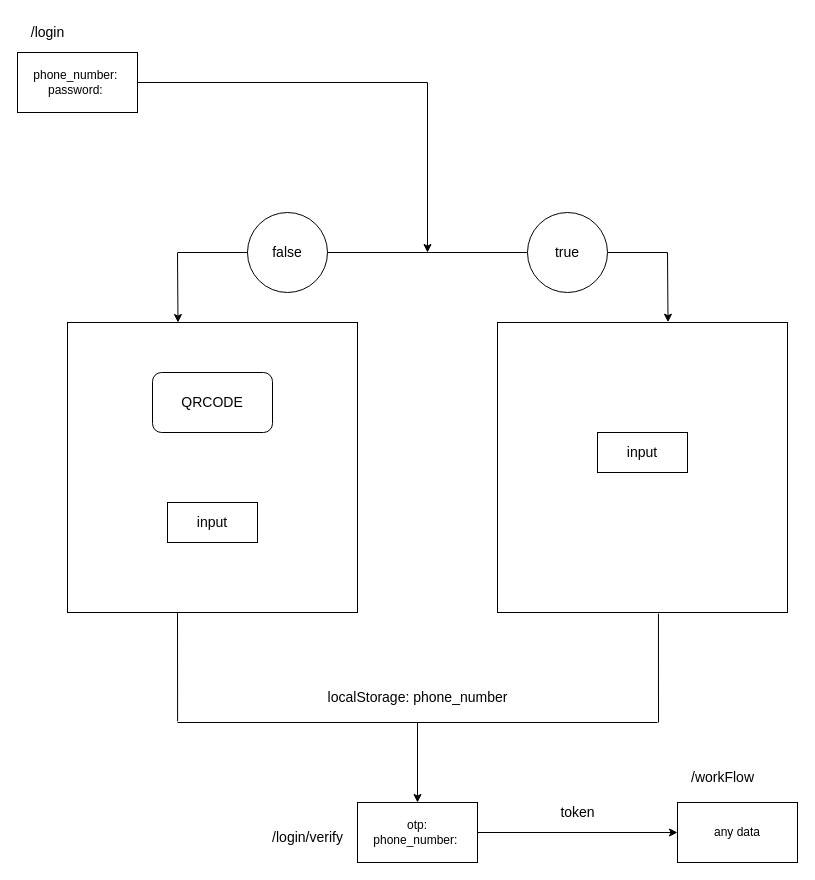
Before: employee-login.drawio in MontaserHassan/Auth-DS-Mongo, a draw.io diagram. Source tidied: cells renumbered, new cells numbered last; positions are measured from the earlier drawing's top-left corner, leaving out a move shared by most shapes. Both pictures are drawn from the tidied source at 100%, with x=0, y=0 at pixel (17, 17).
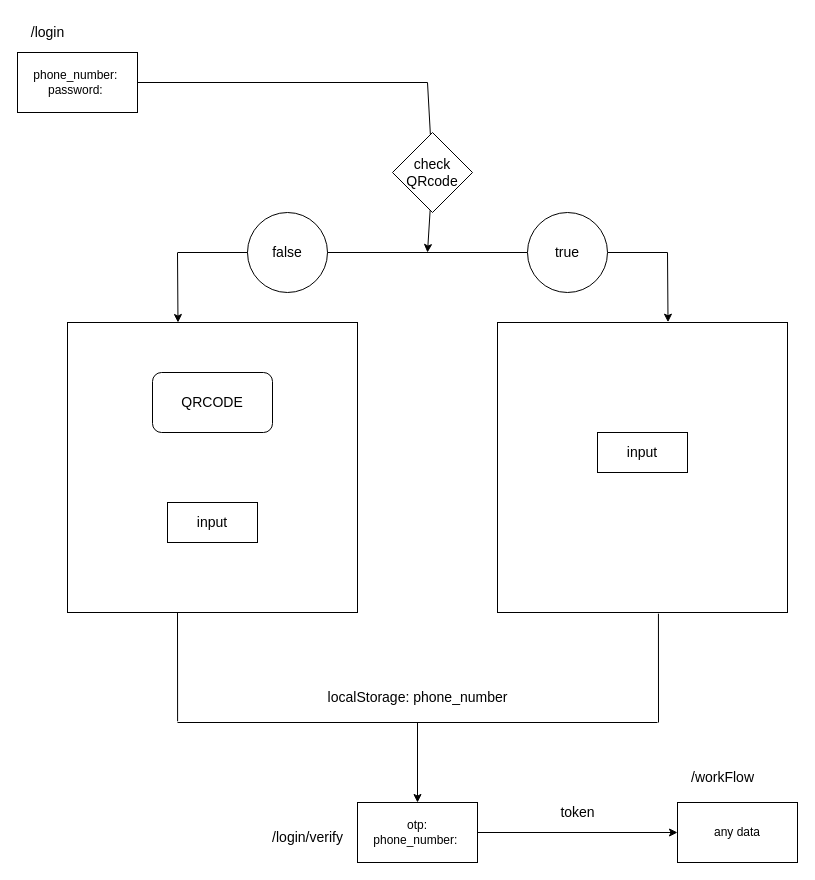
Above is the later version.

Commit message (it also covers changes not shown here):
edit in create employee token and login functions

Diff of the diagram source:
```diff
@@
-    <mxCell id="25" style="endArrow=classic;html=1;fontSize=14;" parent="1" edge="1">
+    <mxCell id="25" style="endArrow=classic;html=1;fontSize=14;startArrow=none;" parent="1" edge="1" source="29">
       <mxGeometry relative="1" as="geometry">
-        <mxPoint x="410" y="65" as="sourcePoint" />
         <mxPoint x="410" y="235" as="targetPoint" />
       </mxGeometry>
     </mxCell>
@@
+    <mxCell id="28" style="endArrow=none;html=1;fontSize=14;" parent="1" edge="1" target="29">
+      <mxGeometry relative="1" as="geometry">
+        <mxPoint x="410" y="65" as="sourcePoint" />
+      </mxGeometry>
+    </mxCell>
+    <mxCell id="29" value="&lt;span style=&quot;&quot;&gt;check QRcode&lt;/span&gt;" style="rhombus;whiteSpace=wrap;html=1;fontSize=14;" parent="1" vertex="1">
+      <mxGeometry x="375" y="115" width="80" height="80" as="geometry" />
+    </mxCell>
```
